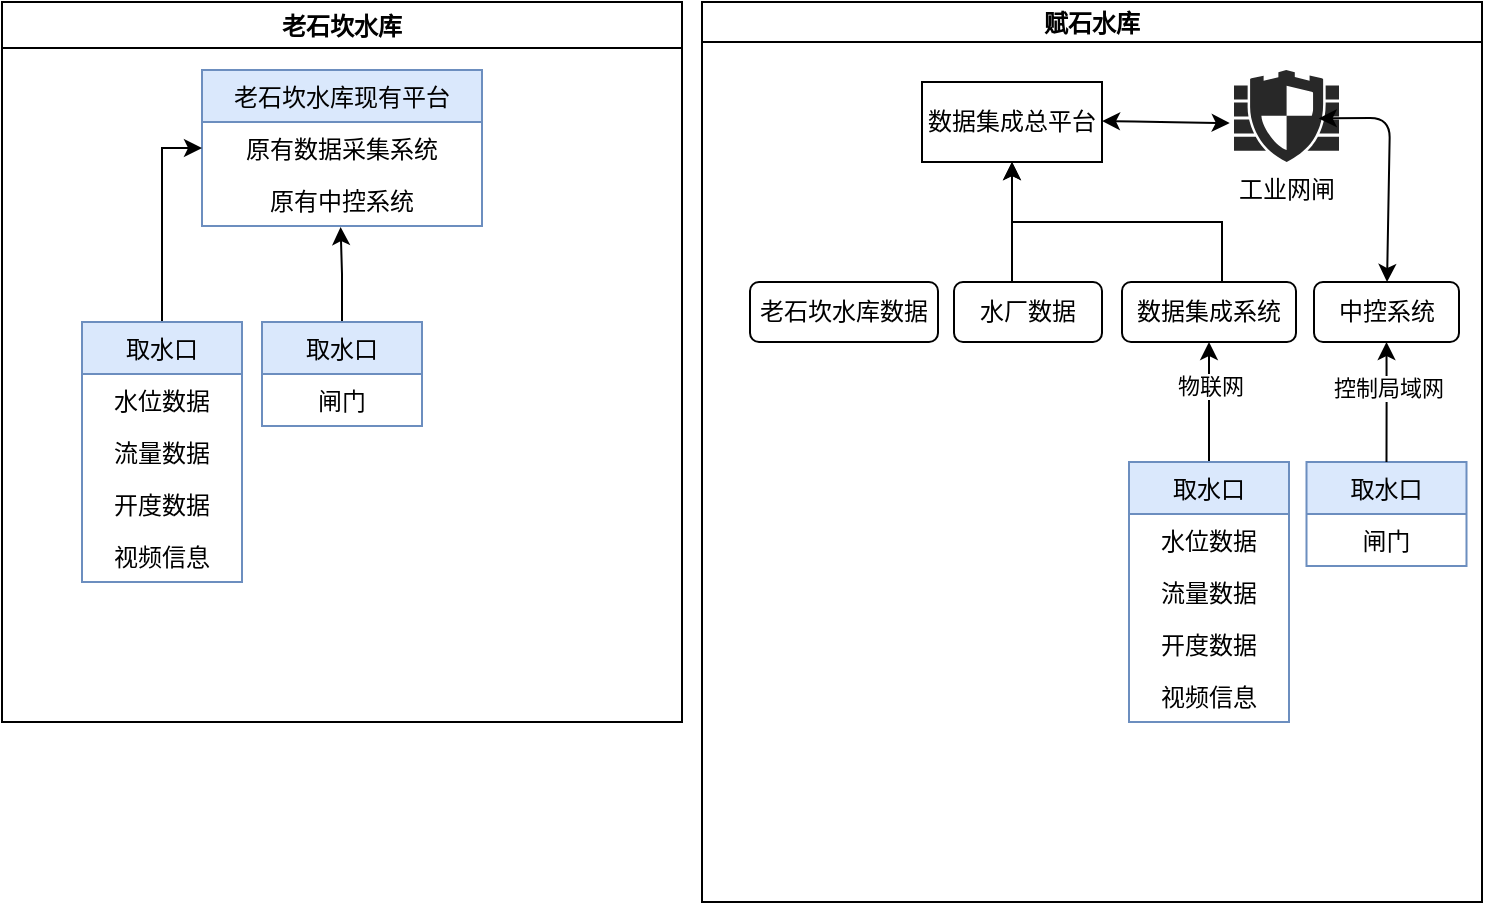
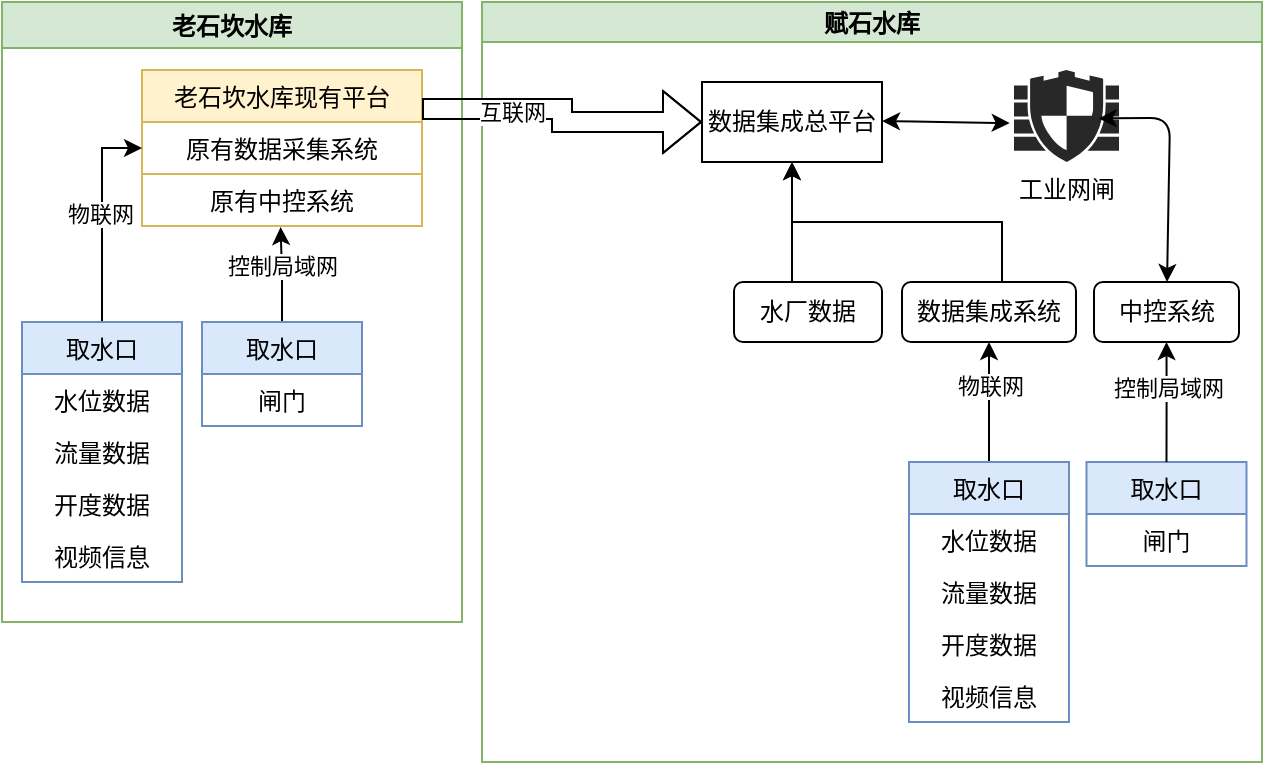
- <mxfile host="app.diagrams.net" modified="2021-09-18T03:48:15.015Z" agent="5.0 (Windows NT 10.0; Win64; x64) AppleWebKit/537.36 (KHTML, like Gecko) Chrome/93.0.4577.82 Safari/537.36 Edg/93.0.961.52" etag="2OcAVZ7bIconpQ80GbB_" version="14.8.0" type="github">
+ <mxfile host="app.diagrams.net" modified="2021-09-18T03:56:00.403Z" agent="5.0 (Windows NT 10.0; Win64; x64) AppleWebKit/537.36 (KHTML, like Gecko) Chrome/93.0.4577.82 Safari/537.36 Edg/93.0.961.52" etag="FVZRNNtjlNzkb_q_7Yxu" version="14.8.0" type="github">
  <diagram id="v89iMYd2DjBNGdAJLiYk" name="Page-1">
    <mxGraphModel dx="649" dy="363" grid="1" gridSize="10" guides="1" tooltips="1" connect="1" arrows="1" fold="1" page="1" pageScale="1" pageWidth="827" pageHeight="1169" math="0" shadow="0">
      <root>
        <mxCell id="0" />
        <mxCell id="1" parent="0" />
-         <mxCell id="1meufm5pPCAuNKvldUBH-1" value="老石坎水库" style="swimlane;" parent="1" vertex="1">
-           <mxGeometry x="40" y="130" width="340" height="360" as="geometry" />
+         <mxCell id="1meufm5pPCAuNKvldUBH-1" value="老石坎水库" style="swimlane;fillColor=#d5e8d4;strokeColor=#82b366;" parent="1" vertex="1">
+           <mxGeometry x="150" y="130" width="230" height="310" as="geometry" />
        </mxCell>
-         <mxCell id="rkCiEfMvTKPaeprXMYrk-80" value="老石坎水库现有平台" style="swimlane;fontStyle=0;childLayout=stackLayout;horizontal=1;startSize=26;horizontalStack=0;resizeParent=1;resizeParentMax=0;resizeLast=0;collapsible=1;marginBottom=0;swimlaneLine=1;rounded=0;shadow=0;sketch=0;glass=0;swimlaneFillColor=none;fillColor=#dae8fc;strokeColor=#6c8ebf;" vertex="1" parent="1meufm5pPCAuNKvldUBH-1">
-           <mxGeometry x="100" y="34" width="140" height="78" as="geometry">
+         <mxCell id="rkCiEfMvTKPaeprXMYrk-80" value="老石坎水库现有平台" style="swimlane;fontStyle=0;childLayout=stackLayout;horizontal=1;startSize=26;horizontalStack=0;resizeParent=1;resizeParentMax=0;resizeLast=0;collapsible=1;marginBottom=0;swimlaneLine=1;rounded=0;shadow=0;sketch=0;glass=0;swimlaneFillColor=none;fillColor=#fff2cc;strokeColor=#d6b656;" vertex="1" parent="1meufm5pPCAuNKvldUBH-1">
+           <mxGeometry x="70" y="34" width="140" height="78" as="geometry">
            <mxRectangle x="108.75" y="220" width="70" height="26" as="alternateBounds" />
          </mxGeometry>
        </mxCell>
-         <mxCell id="rkCiEfMvTKPaeprXMYrk-81" value="原有数据采集系统" style="text;strokeColor=none;fillColor=none;align=center;verticalAlign=top;spacingLeft=4;spacingRight=4;overflow=hidden;rotatable=0;points=[[0,0.5],[1,0.5]];portConstraint=eastwest;rounded=0;glass=0;shadow=0;" vertex="1" parent="rkCiEfMvTKPaeprXMYrk-80">
+         <mxCell id="rkCiEfMvTKPaeprXMYrk-81" value="原有数据采集系统" style="text;fillColor=none;align=center;verticalAlign=top;spacingLeft=4;spacingRight=4;overflow=hidden;rotatable=0;points=[[0,0.5],[1,0.5]];portConstraint=eastwest;rounded=0;glass=0;shadow=0;strokeColor=#D6B656;" vertex="1" parent="rkCiEfMvTKPaeprXMYrk-80">
          <mxGeometry y="26" width="140" height="26" as="geometry" />
        </mxCell>
-         <mxCell id="rkCiEfMvTKPaeprXMYrk-82" value="原有中控系统" style="text;strokeColor=none;fillColor=none;align=center;verticalAlign=top;spacingLeft=4;spacingRight=4;overflow=hidden;rotatable=0;points=[[0,0.5],[1,0.5]];portConstraint=eastwest;imageAspect=1;" vertex="1" parent="rkCiEfMvTKPaeprXMYrk-80">
+         <mxCell id="rkCiEfMvTKPaeprXMYrk-82" value="原有中控系统" style="text;fillColor=none;align=center;verticalAlign=top;spacingLeft=4;spacingRight=4;overflow=hidden;rotatable=0;points=[[0,0.5],[1,0.5]];portConstraint=eastwest;imageAspect=1;" vertex="1" parent="rkCiEfMvTKPaeprXMYrk-80">
          <mxGeometry y="52" width="140" height="26" as="geometry" />
        </mxCell>
        <mxCell id="rkCiEfMvTKPaeprXMYrk-88" style="edgeStyle=orthogonalEdgeStyle;rounded=0;orthogonalLoop=1;jettySize=auto;html=1;entryX=0;entryY=0.5;entryDx=0;entryDy=0;" edge="1" parent="1meufm5pPCAuNKvldUBH-1" source="rkCiEfMvTKPaeprXMYrk-75" target="rkCiEfMvTKPaeprXMYrk-81">
          <mxGeometry relative="1" as="geometry" />
        </mxCell>
+         <mxCell id="rkCiEfMvTKPaeprXMYrk-95" value="物联网" style="edgeLabel;html=1;align=center;verticalAlign=middle;resizable=0;points=[];" vertex="1" connectable="0" parent="rkCiEfMvTKPaeprXMYrk-88">
+           <mxGeometry x="0.0218" y="1" relative="1" as="geometry">
+             <mxPoint as="offset" />
+           </mxGeometry>
+         </mxCell>
        <mxCell id="rkCiEfMvTKPaeprXMYrk-75" value="取水口" style="swimlane;fontStyle=0;childLayout=stackLayout;horizontal=1;startSize=26;horizontalStack=0;resizeParent=1;resizeParentMax=0;resizeLast=0;collapsible=1;marginBottom=0;swimlaneLine=1;rounded=0;shadow=0;sketch=0;glass=0;swimlaneFillColor=none;fillColor=#dae8fc;strokeColor=#6c8ebf;" vertex="1" parent="1meufm5pPCAuNKvldUBH-1">
-           <mxGeometry x="40" y="160" width="80" height="130" as="geometry">
+           <mxGeometry x="10" y="160" width="80" height="130" as="geometry">
            <mxRectangle x="400" y="410" width="70" height="26" as="alternateBounds" />
          </mxGeometry>
        </mxCell>
        <mxCell id="rkCiEfMvTKPaeprXMYrk-76" value="水位数据" style="text;strokeColor=none;fillColor=none;align=center;verticalAlign=top;spacingLeft=4;spacingRight=4;overflow=hidden;rotatable=0;points=[[0,0.5],[1,0.5]];portConstraint=eastwest;" vertex="1" parent="rkCiEfMvTKPaeprXMYrk-75">
          <mxGeometry y="26" width="80" height="26" as="geometry" />
        </mxCell>
        <mxCell id="rkCiEfMvTKPaeprXMYrk-77" value="流量数据" style="text;strokeColor=none;fillColor=none;align=center;verticalAlign=top;spacingLeft=4;spacingRight=4;overflow=hidden;rotatable=0;points=[[0,0.5],[1,0.5]];portConstraint=eastwest;" vertex="1" parent="rkCiEfMvTKPaeprXMYrk-75">
          <mxGeometry y="52" width="80" height="26" as="geometry" />
        </mxCell>
        <mxCell id="rkCiEfMvTKPaeprXMYrk-78" value="开度数据" style="text;strokeColor=none;fillColor=none;align=center;verticalAlign=top;spacingLeft=4;spacingRight=4;overflow=hidden;rotatable=0;points=[[0,0.5],[1,0.5]];portConstraint=eastwest;" vertex="1" parent="rkCiEfMvTKPaeprXMYrk-75">
          <mxGeometry y="78" width="80" height="26" as="geometry" />
        </mxCell>
        <mxCell id="rkCiEfMvTKPaeprXMYrk-79" value="视频信息" style="text;strokeColor=none;fillColor=none;align=center;verticalAlign=top;spacingLeft=4;spacingRight=4;overflow=hidden;rotatable=0;points=[[0,0.5],[1,0.5]];portConstraint=eastwest;" vertex="1" parent="rkCiEfMvTKPaeprXMYrk-75">
          <mxGeometry y="104" width="80" height="26" as="geometry" />
        </mxCell>
        <mxCell id="rkCiEfMvTKPaeprXMYrk-87" style="edgeStyle=orthogonalEdgeStyle;rounded=0;orthogonalLoop=1;jettySize=auto;html=1;entryX=0.495;entryY=1.021;entryDx=0;entryDy=0;entryPerimeter=0;" edge="1" parent="1meufm5pPCAuNKvldUBH-1" source="rkCiEfMvTKPaeprXMYrk-73" target="rkCiEfMvTKPaeprXMYrk-82">
          <mxGeometry relative="1" as="geometry" />
        </mxCell>
+         <mxCell id="rkCiEfMvTKPaeprXMYrk-97" value="控制局域网" style="edgeLabel;html=1;align=center;verticalAlign=middle;resizable=0;points=[];" vertex="1" connectable="0" parent="rkCiEfMvTKPaeprXMYrk-87">
+           <mxGeometry x="0.205" relative="1" as="geometry">
+             <mxPoint as="offset" />
+           </mxGeometry>
+         </mxCell>
        <mxCell id="rkCiEfMvTKPaeprXMYrk-73" value="取水口" style="swimlane;fontStyle=0;childLayout=stackLayout;horizontal=1;startSize=26;horizontalStack=0;resizeParent=1;resizeParentMax=0;resizeLast=0;collapsible=1;marginBottom=0;swimlaneLine=1;rounded=0;shadow=0;sketch=0;glass=0;swimlaneFillColor=none;fillColor=#dae8fc;strokeColor=#6c8ebf;" vertex="1" parent="1meufm5pPCAuNKvldUBH-1">
-           <mxGeometry x="130" y="160" width="80" height="52" as="geometry">
+           <mxGeometry x="100" y="160" width="80" height="52" as="geometry">
            <mxRectangle x="400" y="410" width="70" height="26" as="alternateBounds" />
          </mxGeometry>
        </mxCell>
        <mxCell id="rkCiEfMvTKPaeprXMYrk-74" value="闸门" style="text;strokeColor=none;fillColor=none;align=center;verticalAlign=top;spacingLeft=4;spacingRight=4;overflow=hidden;rotatable=0;points=[[0,0.5],[1,0.5]];portConstraint=eastwest;" vertex="1" parent="rkCiEfMvTKPaeprXMYrk-73">
          <mxGeometry y="26" width="80" height="26" as="geometry" />
        </mxCell>
-         <mxCell id="1meufm5pPCAuNKvldUBH-6" value="赋石水库" style="swimlane;startSize=20;horizontal=1;containerType=tree;newEdgeStyle={&quot;edgeStyle&quot;:&quot;elbowEdgeStyle&quot;,&quot;startArrow&quot;:&quot;none&quot;,&quot;endArrow&quot;:&quot;none&quot;};" parent="1" vertex="1">
-           <mxGeometry x="390" y="130" width="390" height="450" as="geometry" />
+         <mxCell id="1meufm5pPCAuNKvldUBH-6" value="赋石水库" style="swimlane;startSize=20;horizontal=1;containerType=tree;newEdgeStyle={&quot;edgeStyle&quot;:&quot;elbowEdgeStyle&quot;,&quot;startArrow&quot;:&quot;none&quot;,&quot;endArrow&quot;:&quot;none&quot;};fillColor=#d5e8d4;strokeColor=#82b366;" parent="1" vertex="1">
+           <mxGeometry x="390" y="130" width="390" height="380" as="geometry" />
        </mxCell>
        <UserObject label="数据集成总平台" treeRoot="1" id="1meufm5pPCAuNKvldUBH-9">
          <mxCell style="whiteSpace=wrap;html=1;align=center;treeFolding=1;treeMoving=1;newEdgeStyle={&quot;edgeStyle&quot;:&quot;elbowEdgeStyle&quot;,&quot;startArrow&quot;:&quot;none&quot;,&quot;endArrow&quot;:&quot;none&quot;};" parent="1meufm5pPCAuNKvldUBH-6" vertex="1">
            <mxGeometry x="110" y="40" width="90" height="40" as="geometry" />
          </mxCell>
        </UserObject>
        <mxCell id="1meufm5pPCAuNKvldUBH-12" value="中控系统" style="rounded=1;whiteSpace=wrap;html=1;" parent="1meufm5pPCAuNKvldUBH-6" vertex="1">
          <mxGeometry x="306" y="140" width="72.5" height="30" as="geometry" />
        </mxCell>
        <mxCell id="rkCiEfMvTKPaeprXMYrk-26" value="工业网闸" style="verticalLabelPosition=bottom;html=1;fillColor=#282828;strokeColor=none;verticalAlign=top;pointerEvents=1;align=center;shape=mxgraph.cisco_safe.security_icons.ngfw;sketch=0;" vertex="1" parent="1meufm5pPCAuNKvldUBH-6">
          <mxGeometry x="266" y="34" width="52.5" height="46" as="geometry" />
        </mxCell>
        <mxCell id="rkCiEfMvTKPaeprXMYrk-32" value="" style="endArrow=classic;startArrow=classic;html=1;entryX=-0.041;entryY=0.577;entryDx=0;entryDy=0;entryPerimeter=0;" edge="1" parent="1meufm5pPCAuNKvldUBH-6" target="rkCiEfMvTKPaeprXMYrk-26">
          <mxGeometry width="50" height="50" relative="1" as="geometry">
            <mxPoint x="200" y="59.5" as="sourcePoint" />
            <mxPoint x="246" y="40" as="targetPoint" />
            <Array as="points">
              <mxPoint x="226" y="60" />
            </Array>
          </mxGeometry>
        </mxCell>
        <mxCell id="rkCiEfMvTKPaeprXMYrk-33" value="" style="endArrow=classic;startArrow=classic;html=1;jumpSize=6;entryX=0.807;entryY=0.526;entryDx=0;entryDy=0;entryPerimeter=0;" edge="1" parent="1meufm5pPCAuNKvldUBH-6" source="1meufm5pPCAuNKvldUBH-12" target="rkCiEfMvTKPaeprXMYrk-26">
          <mxGeometry width="50" height="50" relative="1" as="geometry">
            <mxPoint x="242.25" y="194.5" as="sourcePoint" />
            <mxPoint x="301" y="100" as="targetPoint" />
            <Array as="points">
              <mxPoint x="344" y="58" />
            </Array>
          </mxGeometry>
        </mxCell>
        <mxCell id="rkCiEfMvTKPaeprXMYrk-6" value="取水口" style="swimlane;fontStyle=0;childLayout=stackLayout;horizontal=1;startSize=26;horizontalStack=0;resizeParent=1;resizeParentMax=0;resizeLast=0;collapsible=1;marginBottom=0;swimlaneLine=1;rounded=0;shadow=0;sketch=0;glass=0;swimlaneFillColor=none;fillColor=#dae8fc;strokeColor=#6c8ebf;" vertex="1" parent="1meufm5pPCAuNKvldUBH-6">
          <mxGeometry x="302.25" y="230" width="80" height="52" as="geometry">
            <mxRectangle x="400" y="410" width="70" height="26" as="alternateBounds" />
          </mxGeometry>
        </mxCell>
        <mxCell id="rkCiEfMvTKPaeprXMYrk-7" value="闸门" style="text;strokeColor=none;fillColor=none;align=center;verticalAlign=top;spacingLeft=4;spacingRight=4;overflow=hidden;rotatable=0;points=[[0,0.5],[1,0.5]];portConstraint=eastwest;" vertex="1" parent="rkCiEfMvTKPaeprXMYrk-6">
          <mxGeometry y="26" width="80" height="26" as="geometry" />
        </mxCell>
        <mxCell id="rkCiEfMvTKPaeprXMYrk-11" value="" style="edgeStyle=orthogonalEdgeStyle;rounded=0;orthogonalLoop=1;jettySize=auto;html=1;exitX=0.5;exitY=0;exitDx=0;exitDy=0;" edge="1" parent="1meufm5pPCAuNKvldUBH-6" source="rkCiEfMvTKPaeprXMYrk-6" target="1meufm5pPCAuNKvldUBH-12">
          <mxGeometry relative="1" as="geometry">
            <Array as="points" />
          </mxGeometry>
        </mxCell>
        <mxCell id="rkCiEfMvTKPaeprXMYrk-13" value="控制局域网" style="edgeLabel;html=1;align=center;verticalAlign=middle;resizable=0;points=[];" vertex="1" connectable="0" parent="rkCiEfMvTKPaeprXMYrk-11">
          <mxGeometry x="0.2444" relative="1" as="geometry">
            <mxPoint as="offset" />
          </mxGeometry>
        </mxCell>
        <mxCell id="rkCiEfMvTKPaeprXMYrk-67" style="edgeStyle=orthogonalEdgeStyle;rounded=0;orthogonalLoop=1;jettySize=auto;html=1;entryX=0.5;entryY=1;entryDx=0;entryDy=0;" edge="1" parent="1meufm5pPCAuNKvldUBH-6" source="1meufm5pPCAuNKvldUBH-21" target="rkCiEfMvTKPaeprXMYrk-45">
          <mxGeometry relative="1" as="geometry" />
        </mxCell>
        <mxCell id="rkCiEfMvTKPaeprXMYrk-69" value="物联网" style="edgeLabel;html=1;align=center;verticalAlign=middle;resizable=0;points=[];" vertex="1" connectable="0" parent="rkCiEfMvTKPaeprXMYrk-67">
          <mxGeometry x="0.2649" relative="1" as="geometry">
            <mxPoint as="offset" />
          </mxGeometry>
        </mxCell>
        <mxCell id="1meufm5pPCAuNKvldUBH-21" value="取水口" style="swimlane;fontStyle=0;childLayout=stackLayout;horizontal=1;startSize=26;horizontalStack=0;resizeParent=1;resizeParentMax=0;resizeLast=0;collapsible=1;marginBottom=0;swimlaneLine=1;rounded=0;shadow=0;sketch=0;glass=0;swimlaneFillColor=none;fillColor=#dae8fc;strokeColor=#6c8ebf;" parent="1meufm5pPCAuNKvldUBH-6" vertex="1">
          <mxGeometry x="213.5" y="230" width="80" height="130" as="geometry">
            <mxRectangle x="400" y="410" width="70" height="26" as="alternateBounds" />
          </mxGeometry>
        </mxCell>
        <mxCell id="1meufm5pPCAuNKvldUBH-22" value="水位数据" style="text;strokeColor=none;fillColor=none;align=center;verticalAlign=top;spacingLeft=4;spacingRight=4;overflow=hidden;rotatable=0;points=[[0,0.5],[1,0.5]];portConstraint=eastwest;" parent="1meufm5pPCAuNKvldUBH-21" vertex="1">
          <mxGeometry y="26" width="80" height="26" as="geometry" />
        </mxCell>
        <mxCell id="1meufm5pPCAuNKvldUBH-23" value="流量数据" style="text;strokeColor=none;fillColor=none;align=center;verticalAlign=top;spacingLeft=4;spacingRight=4;overflow=hidden;rotatable=0;points=[[0,0.5],[1,0.5]];portConstraint=eastwest;" parent="1meufm5pPCAuNKvldUBH-21" vertex="1">
          <mxGeometry y="52" width="80" height="26" as="geometry" />
        </mxCell>
        <mxCell id="1meufm5pPCAuNKvldUBH-24" value="开度数据" style="text;strokeColor=none;fillColor=none;align=center;verticalAlign=top;spacingLeft=4;spacingRight=4;overflow=hidden;rotatable=0;points=[[0,0.5],[1,0.5]];portConstraint=eastwest;" parent="1meufm5pPCAuNKvldUBH-21" vertex="1">
          <mxGeometry y="78" width="80" height="26" as="geometry" />
        </mxCell>
        <mxCell id="rkCiEfMvTKPaeprXMYrk-2" value="视频信息" style="text;strokeColor=none;fillColor=none;align=center;verticalAlign=top;spacingLeft=4;spacingRight=4;overflow=hidden;rotatable=0;points=[[0,0.5],[1,0.5]];portConstraint=eastwest;" vertex="1" parent="1meufm5pPCAuNKvldUBH-21">
          <mxGeometry y="104" width="80" height="26" as="geometry" />
        </mxCell>
        <mxCell id="rkCiEfMvTKPaeprXMYrk-68" style="edgeStyle=orthogonalEdgeStyle;rounded=0;orthogonalLoop=1;jettySize=auto;html=1;entryX=0.5;entryY=1;entryDx=0;entryDy=0;" edge="1" parent="1meufm5pPCAuNKvldUBH-6" source="rkCiEfMvTKPaeprXMYrk-45" target="1meufm5pPCAuNKvldUBH-9">
          <mxGeometry relative="1" as="geometry">
            <Array as="points">
              <mxPoint x="260" y="110" />
              <mxPoint x="155" y="110" />
            </Array>
          </mxGeometry>
        </mxCell>
        <mxCell id="rkCiEfMvTKPaeprXMYrk-45" value="数据集成系统" style="rounded=1;whiteSpace=wrap;html=1;" vertex="1" parent="1meufm5pPCAuNKvldUBH-6">
          <mxGeometry x="210" y="140" width="87" height="30" as="geometry" />
        </mxCell>
        <mxCell id="rkCiEfMvTKPaeprXMYrk-70" value="水厂数据" style="rounded=1;whiteSpace=wrap;html=1;" vertex="1" parent="1meufm5pPCAuNKvldUBH-6">
          <mxGeometry x="126" y="140" width="74" height="30" as="geometry" />
        </mxCell>
-         <mxCell id="rkCiEfMvTKPaeprXMYrk-72" value="老石坎水库数据" style="rounded=1;whiteSpace=wrap;html=1;" vertex="1" parent="1meufm5pPCAuNKvldUBH-6">
-           <mxGeometry x="24" y="140" width="94" height="30" as="geometry" />
-         </mxCell>
        <mxCell id="rkCiEfMvTKPaeprXMYrk-71" style="edgeStyle=orthogonalEdgeStyle;rounded=0;orthogonalLoop=1;jettySize=auto;html=1;entryX=0.5;entryY=1;entryDx=0;entryDy=0;" edge="1" parent="1meufm5pPCAuNKvldUBH-6" source="rkCiEfMvTKPaeprXMYrk-70" target="1meufm5pPCAuNKvldUBH-9">
          <mxGeometry relative="1" as="geometry">
            <mxPoint x="180" y="80" as="targetPoint" />
            <Array as="points">
              <mxPoint x="155" y="130" />
              <mxPoint x="155" y="130" />
            </Array>
          </mxGeometry>
        </mxCell>
+         <mxCell id="rkCiEfMvTKPaeprXMYrk-90" style="edgeStyle=orthogonalEdgeStyle;shape=flexArrow;rounded=0;orthogonalLoop=1;jettySize=auto;html=1;entryX=0;entryY=0.5;entryDx=0;entryDy=0;exitX=1;exitY=0.25;exitDx=0;exitDy=0;" edge="1" parent="1" source="rkCiEfMvTKPaeprXMYrk-80" target="1meufm5pPCAuNKvldUBH-9">
+           <mxGeometry relative="1" as="geometry" />
+         </mxCell>
+         <mxCell id="rkCiEfMvTKPaeprXMYrk-92" value="互联网" style="edgeLabel;html=1;align=center;verticalAlign=middle;resizable=0;points=[];" vertex="1" connectable="0" parent="rkCiEfMvTKPaeprXMYrk-90">
+           <mxGeometry x="-0.3951" y="-1" relative="1" as="geometry">
+             <mxPoint as="offset" />
+           </mxGeometry>
+         </mxCell>
      </root>
    </mxGraphModel>
  </diagram>
</mxfile>
